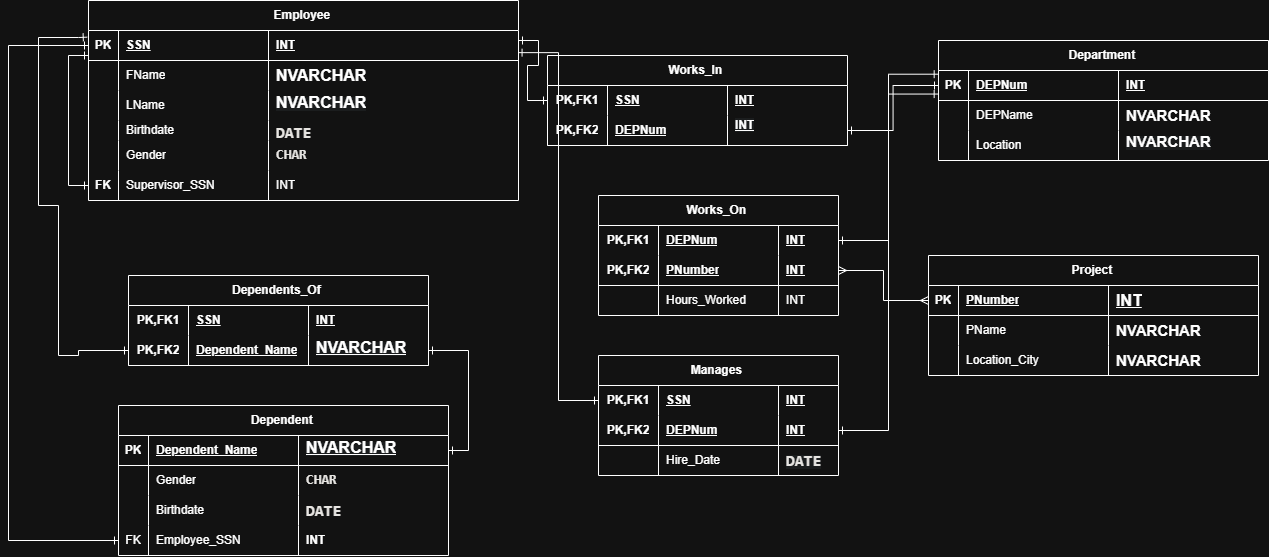
Above: SQL/task1 session 2/schema.png in hitman47819/DEPI (draw.io), before the change. Source tidied: cells renumbered, new cells last; positions are measured from the earlier drawing's top-left corner, leaving out a move shared by most shapes.
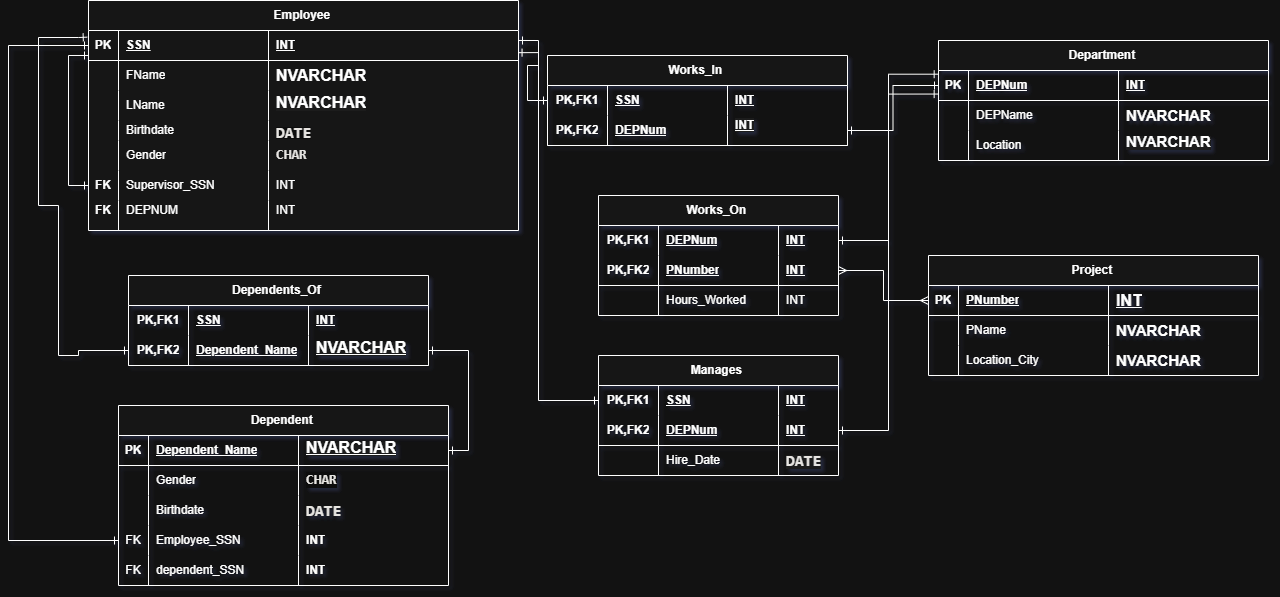
The same diagram one commit later.

Commit message:
fixing issues in erd

Change to the diagram source:
```diff
@@ -81,7 +81,7 @@
       <mxGeometry x="180" width="150" height="30" as="geometry" />
     </mxCell>
     <mxCell id="28" value="Dependent&amp;nbsp;" style="shape=table;startSize=30;rowLines=0;fontStyle=1;align=center;html=1;" parent="1" vertex="1">
-      <mxGeometry x="110" y="405" width="330" height="150" as="geometry" />
+      <mxGeometry x="110" y="405" width="330" height="180" as="geometry" />
     </mxCell>
     <mxCell id="29" style="shape=tableRow;horizontal=0;startSize=0;swimlaneHead=0;swimlaneBody=0;fillColor=none;points=[[0,0.5],[1,0.5]];portConstraint=eastwest;top=0;left=0;right=0;bottom=1;" parent="28" vertex="1">
       <mxGeometry y="30" width="330" height="30" as="geometry" />
@@ -131,6 +131,18 @@
     <mxCell id="44" value="&lt;span style=&quot;font-weight: 700;&quot;&gt;INT&lt;/span&gt;" style="shape=partialRectangle;fillColor=none;top=0;left=0;bottom=0;right=0;align=left;spacingLeft=6;overflow=hidden;whiteSpace=wrap;html=1;" parent="41" vertex="1">
       <mxGeometry x="180" width="150" height="30" as="geometry" />
     </mxCell>
+    <mxCell id="125" style="shape=tableRow;horizontal=0;startSize=0;swimlaneHead=0;swimlaneBody=0;fillColor=none;top=0;left=0;right=0;bottom=0;" parent="28" vertex="1">
+      <mxGeometry y="150" width="330" height="30" as="geometry" />
+    </mxCell>
+    <mxCell id="126" style="shape=partialRectangle;fillColor=none;top=0;left=0;bottom=0;right=0;overflow=hidden;whiteSpace=wrap;html=1;" parent="125" vertex="1">
+      <mxGeometry width="30" height="30" as="geometry" />
+    </mxCell>
+    <mxCell id="127" style="shape=partialRectangle;fillColor=none;top=0;left=0;bottom=0;right=0;align=left;spacingLeft=6;overflow=hidden;whiteSpace=wrap;html=1;" parent="125" vertex="1">
+      <mxGeometry x="30" width="150" height="30" as="geometry" />
+    </mxCell>
+    <mxCell id="128" style="shape=partialRectangle;fillColor=none;top=0;left=0;bottom=0;right=0;align=left;spacingLeft=6;overflow=hidden;whiteSpace=wrap;html=1;" parent="125" vertex="1">
+      <mxGeometry x="180" width="150" height="30" as="geometry" />
+    </mxCell>
     <mxCell id="45" value="Works_On&amp;nbsp;" style="shape=table;startSize=30;rowLines=0;fontStyle=1;align=center;html=1;whiteSpace=wrap;" parent="1" vertex="1">
       <mxGeometry x="590" y="195" width="240" height="120" as="geometry" />
     </mxCell>
@@ -264,7 +276,7 @@
       <mxGeometry x="180" width="120" height="30" as="geometry" />
     </mxCell>
     <mxCell id="89" value="Employee&amp;nbsp;" style="shape=table;startSize=30;rowLines=0;fontStyle=1;align=center;html=1;swimlaneFillColor=default;rounded=0;" parent="1" vertex="1">
-      <mxGeometry x="80" width="430" height="200" as="geometry" />
+      <mxGeometry x="80" width="430" height="230" as="geometry" />
     </mxCell>
     <mxCell id="90" style="shape=tableRow;horizontal=0;startSize=0;swimlaneHead=0;swimlaneBody=0;fillColor=none;points=[[0,0.5],[1,0.5]];portConstraint=eastwest;top=0;left=0;right=0;bottom=1;" parent="89" vertex="1">
       <mxGeometry y="30" width="430" height="30" as="geometry" />
@@ -338,6 +350,18 @@
     <mxCell id="113" value="INT" style="shape=partialRectangle;fillColor=none;top=0;left=0;bottom=0;right=0;align=left;spacingLeft=6;overflow=hidden;whiteSpace=wrap;html=1;" parent="110" vertex="1">
       <mxGeometry x="180" width="250" height="30" as="geometry" />
     </mxCell>
+    <mxCell id="129" style="shape=tableRow;horizontal=0;startSize=0;swimlaneHead=0;swimlaneBody=0;fillColor=none;top=0;left=0;right=0;bottom=0;" parent="89" vertex="1">
+      <mxGeometry y="200" width="430" height="30" as="geometry" />
+    </mxCell>
+    <mxCell id="130" style="shape=partialRectangle;fillColor=none;top=0;left=0;bottom=0;right=0;overflow=hidden;whiteSpace=wrap;html=1;" parent="129" vertex="1">
+      <mxGeometry width="30" height="30" as="geometry" />
+    </mxCell>
+    <mxCell id="131" style="shape=partialRectangle;fillColor=none;top=0;left=0;bottom=0;right=0;align=left;spacingLeft=6;overflow=hidden;whiteSpace=wrap;html=1;" parent="129" vertex="1">
+      <mxGeometry x="30" width="150" height="30" as="geometry" />
+    </mxCell>
+    <mxCell id="132" style="shape=partialRectangle;fillColor=none;top=0;left=0;bottom=0;right=0;align=left;spacingLeft=6;overflow=hidden;whiteSpace=wrap;html=1;" parent="129" vertex="1">
+      <mxGeometry x="180" width="250" height="30" as="geometry" />
+    </mxCell>
     <mxCell id="114" style="edgeStyle=orthogonalEdgeStyle;rounded=0;jettySize=auto;html=1;entryX=0;entryY=0.833;entryDx=0;entryDy=0;entryPerimeter=0;endArrow=ERone;endFill=0;startArrow=ERone;startFill=0;" parent="89" edge="1" source="110" target="90">
       <mxGeometry relative="1" as="geometry" />
     </mxCell>
@@ -365,12 +389,17 @@
       <mxGeometry relative="1" as="geometry" />
     </mxCell>
     <mxCell id="121" style="edgeStyle=orthogonalEdgeStyle;rounded=0;jettySize=auto;html=1;entryX=0.999;entryY=0.738;entryDx=0;entryDy=0;entryPerimeter=0;startArrow=ERone;startFill=0;endArrow=ERone;endFill=0;" parent="1" edge="1" source="59" target="90">
-      <mxGeometry relative="1" as="geometry" />
+      <mxGeometry relative="1" as="geometry">
+        <Array as="points">
+          <mxPoint x="530" y="400" />
+          <mxPoint x="530" y="52" />
+        </Array>
+      </mxGeometry>
     </mxCell>
     <mxCell id="122" style="edgeStyle=orthogonalEdgeStyle;rounded=0;jettySize=auto;html=1;exitX=1;exitY=0.5;exitDx=0;exitDy=0;entryX=1;entryY=0.5;entryDx=0;entryDy=0;startArrow=ERone;startFill=0;endArrow=ERone;endFill=0;" parent="1" edge="1" source="85" target="29">
       <mxGeometry relative="1" as="geometry" />
     </mxCell>
-    <mxCell id="123" style="edgeStyle=orthogonalEdgeStyle;rounded=0;jettySize=auto;html=1;exitX=1;exitY=0.5;exitDx=0;exitDy=0;entryX=1;entryY=0.5;entryDx=0;entryDy=0;endArrow=ERone;endFill=0;startArrow=ERone;startFill=0;" parent="1" edge="1" source="x" target="3">
+    <mxCell id="123" style="edgeStyle=orthogonalEdgeStyle;rounded=0;jettySize=auto;html=1;exitX=1;exitY=0.5;exitDx=0;exitDy=0;entryX=1;entryY=0.5;entryDx=0;entryDy=0;endArrow=ERone;endFill=0;startArrow=ERone;startFill=0;" parent="1" edge="1" target="3">
       <mxGeometry relative="1" as="geometry" />
     </mxCell>
     <mxCell id="124" style="edgeStyle=orthogonalEdgeStyle;rounded=0;jettySize=auto;html=1;entryX=-0.003;entryY=0.222;entryDx=0;entryDy=0;entryPerimeter=0;startArrow=ERone;startFill=0;endArrow=ERone;endFill=0;exitX=0;exitY=0.5;exitDx=0;exitDy=0;" parent="1" edge="1" source="85" target="90">
@@ -386,5 +415,29 @@
         </Array>
       </mxGeometry>
     </mxCell>
+    <mxCell id="133" style="shape=tableRow;horizontal=0;startSize=0;swimlaneHead=0;swimlaneBody=0;fillColor=none;top=0;left=0;right=0;bottom=0;" parent="1" vertex="1">
+      <mxGeometry x="110" y="555" width="330" height="30" as="geometry" />
+    </mxCell>
+    <mxCell id="134" value="FK" style="shape=partialRectangle;fillColor=none;top=0;left=0;bottom=0;right=0;overflow=hidden;whiteSpace=wrap;html=1;" parent="133" vertex="1">
+      <mxGeometry width="30" height="30" as="geometry" />
+    </mxCell>
+    <mxCell id="135" value="dependent_SSN" style="shape=partialRectangle;fillColor=none;top=0;left=0;bottom=0;right=0;align=left;spacingLeft=6;overflow=hidden;whiteSpace=wrap;html=1;" parent="133" vertex="1">
+      <mxGeometry x="30" width="150" height="30" as="geometry" />
+    </mxCell>
+    <mxCell id="136" value="&lt;span style=&quot;font-weight: 700;&quot;&gt;INT&lt;/span&gt;" style="shape=partialRectangle;fillColor=none;top=0;left=0;bottom=0;right=0;align=left;spacingLeft=6;overflow=hidden;whiteSpace=wrap;html=1;" parent="133" vertex="1">
+      <mxGeometry x="180" width="150" height="30" as="geometry" />
+    </mxCell>
+    <mxCell id="137" style="shape=tableRow;horizontal=0;startSize=0;swimlaneHead=0;swimlaneBody=0;fillColor=none;top=0;left=0;right=0;bottom=0;" parent="1" vertex="1">
+      <mxGeometry x="80" y="195" width="430" height="30" as="geometry" />
+    </mxCell>
+    <mxCell id="138" value="&lt;b&gt;FK&lt;/b&gt;" style="shape=partialRectangle;fillColor=none;top=0;left=0;bottom=0;right=0;overflow=hidden;whiteSpace=wrap;html=1;" parent="137" vertex="1">
+      <mxGeometry width="30" height="30" as="geometry" />
+    </mxCell>
+    <mxCell id="139" value="DEPNUM" style="shape=partialRectangle;fillColor=none;top=0;left=0;bottom=0;right=0;align=left;spacingLeft=6;overflow=hidden;whiteSpace=wrap;html=1;" parent="137" vertex="1">
+      <mxGeometry x="30" width="150" height="30" as="geometry" />
+    </mxCell>
+    <mxCell id="140" value="INT" style="shape=partialRectangle;fillColor=none;top=0;left=0;bottom=0;right=0;align=left;spacingLeft=6;overflow=hidden;whiteSpace=wrap;html=1;" parent="137" vertex="1">
+      <mxGeometry x="180" width="250" height="30" as="geometry" />
+    </mxCell>
   </root>
 </mxGraphModel>
```
